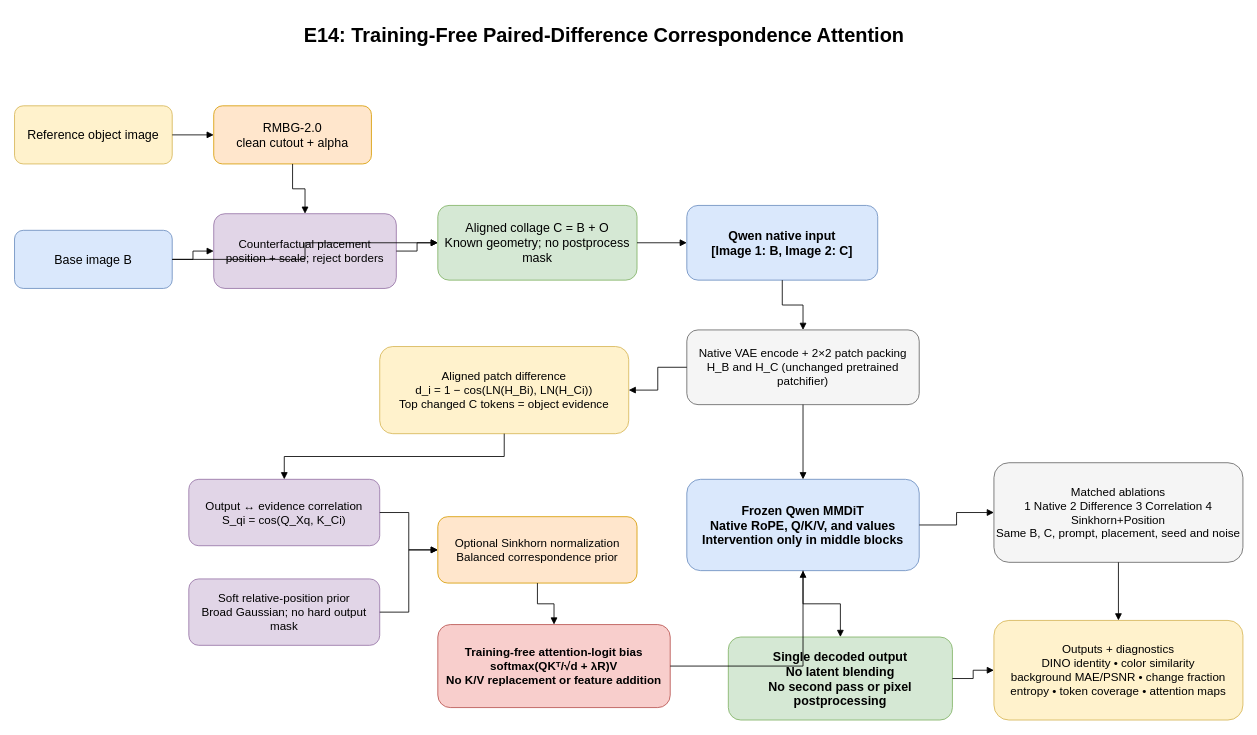
The draw.io diagram page "E14 Training-Free Pipeline" (2 of 2) of ExperimentQwen/e14_pipeline.drawio in ashfaqfardin/dream_doc, before the edit. Source tidied: cells renumbered, new cells numbered last; positions are measured from the earlier drawing's top-left corner, leaving out a move shared by most shapes. Both pictures are drawn from the tidied source at 83%, with x=0, y=0 at pixel (14, 14).
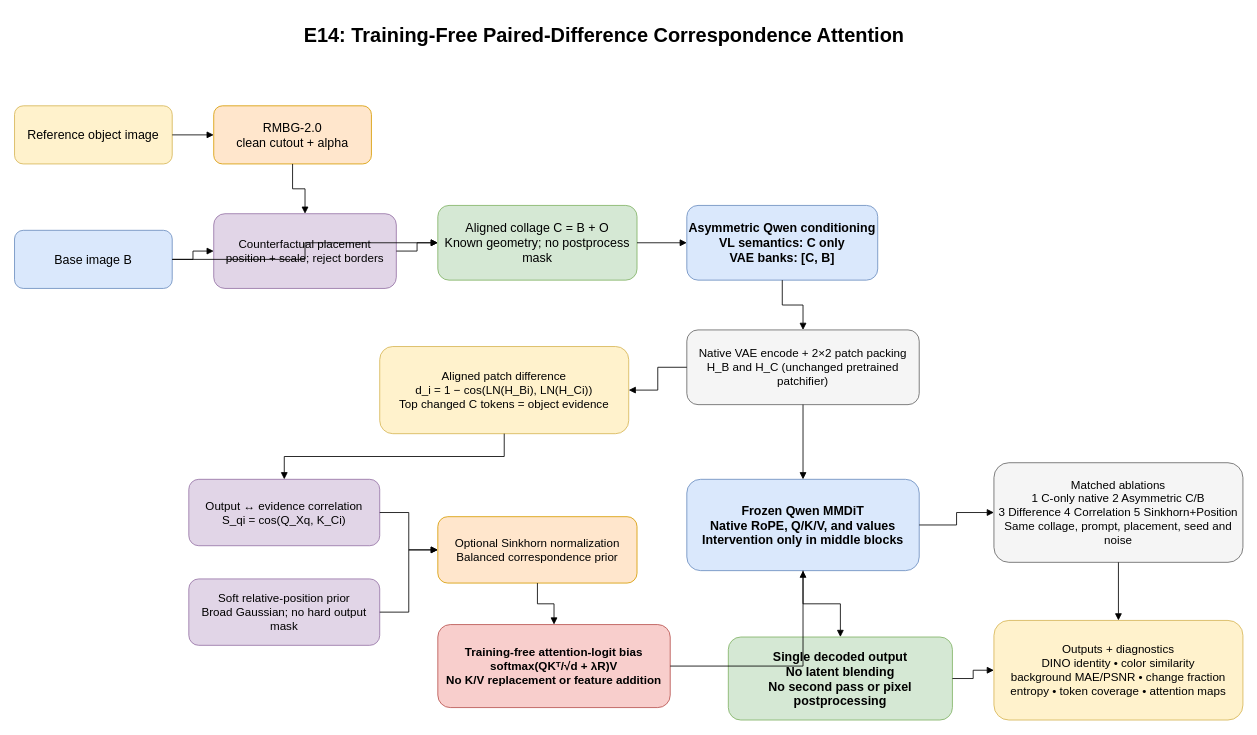
The same diagram, later.

Change to the diagram source:
```diff
@@
-    <mxCell id="8" value="Qwen native input&#10;[Image 1: B, Image 2: C]" style="rounded=1;whiteSpace=wrap;html=1;fillColor=#dae8fc;strokeColor=#6c8ebf;fontSize=15;fontStyle=1;" parent="1" vertex="1">
+    <mxCell id="8" value="Asymmetric Qwen conditioning&#10;VL semantics: C only&#10;VAE banks: [C, B]" style="rounded=1;whiteSpace=wrap;html=1;fillColor=#dae8fc;strokeColor=#6c8ebf;fontSize=15;fontStyle=1;" parent="1" vertex="1">
       <mxGeometry x="810" y="230" width="230" height="90" as="geometry" />
     </mxCell>
@@
-    <mxCell id="17" value="Matched ablations&#10;1 Native  2 Difference  3 Correlation  4 Sinkhorn+Position&#10;Same B, C, prompt, placement, seed and noise" style="rounded=1;whiteSpace=wrap;html=1;fillColor=#f5f5f5;strokeColor=#666666;fontSize=14;" parent="1" vertex="1">
+    <mxCell id="17" value="Matched ablations&#10;1 C-only native  2 Asymmetric C/B&#10;3 Difference  4 Correlation  5 Sinkhorn+Position&#10;Same collage, prompt, placement, seed and noise" style="rounded=1;whiteSpace=wrap;html=1;fillColor=#f5f5f5;strokeColor=#666666;fontSize=14;" parent="1" vertex="1">
       <mxGeometry x="1180" y="540" width="300" height="120" as="geometry" />
     </mxCell>
```
